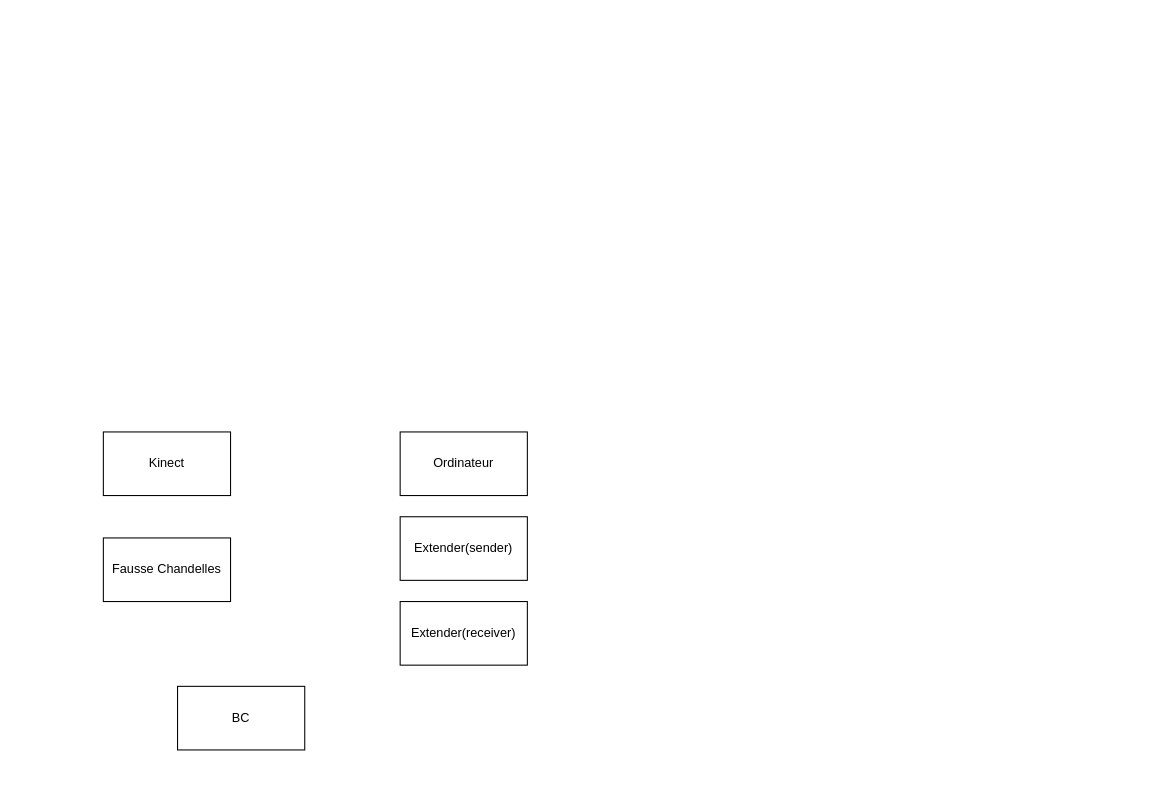
Before: test.drawio in tim-montmorency/momo_modele-site-projet-etudiant_25-26, a draw.io diagram. Source tidied: cells renumbered, new cells numbered last; positions are measured from the earlier drawing's top-left corner, leaving out a move shared by most shapes. Both pictures are drawn from the tidied source at 106%, with x=0, y=0 at pixel (103, 431).
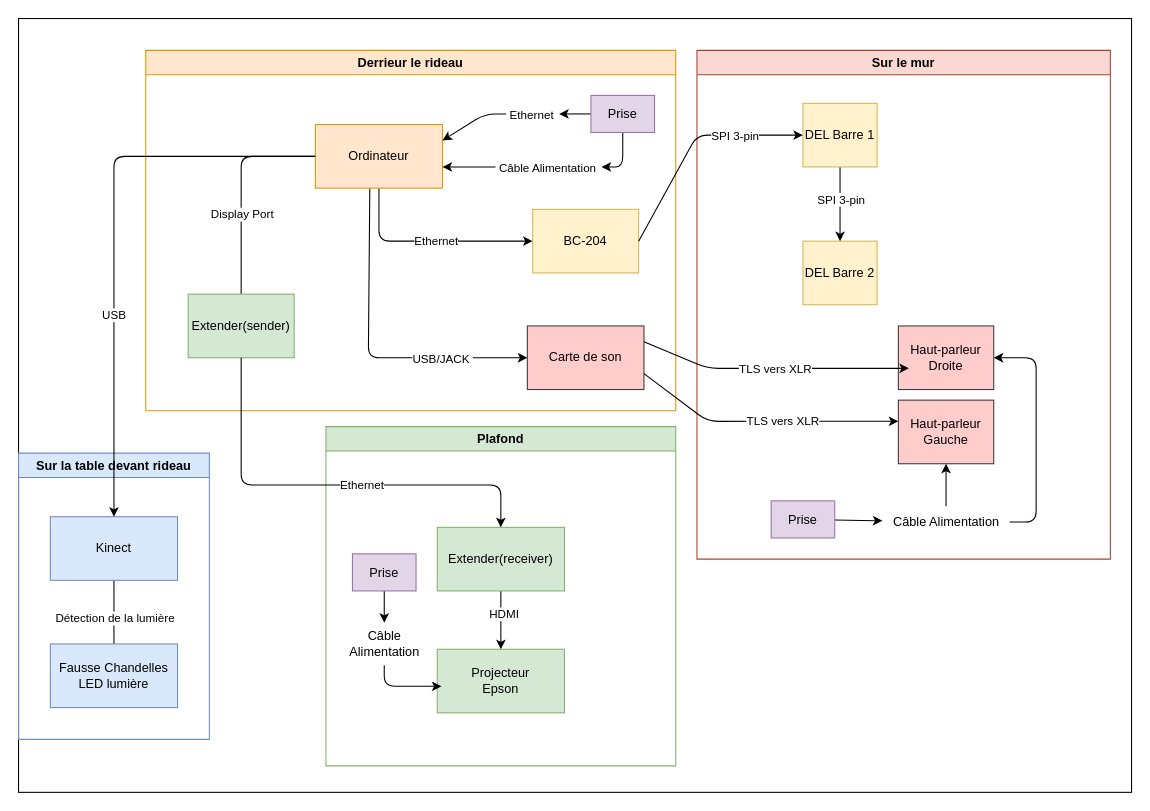
Above is the later version.

What changed in the source:
```diff
@@
-    <mxCell id="2" value="Fausse Chandelles" style="rounded=0;whiteSpace=wrap;html=1;" parent="1" vertex="1">
-      <mxGeometry y="100" width="120" height="60" as="geometry" />
-    </mxCell>
+    <mxCell id="8" style="whiteSpace=wrap;html=1;" parent="1" vertex="1">
+      <mxGeometry x="-80" y="-390" width="1050" height="730" as="geometry" />
+    </mxCell>
+    <mxCell id="9" value="Derrieur le rideau" style="swimlane;whiteSpace=wrap;html=1;fillColor=#ffe6cc;strokeColor=#d79b00;" parent="1" vertex="1">
+      <mxGeometry x="40" y="-360" width="500" height="340" as="geometry" />
+    </mxCell>
+    <mxCell id="10" style="edgeStyle=none;html=1;" parent="9" edge="1" source="4">
+      <mxGeometry relative="1" as="geometry">
+        <mxPoint x="90" y="240" as="targetPoint" />
+        <Array as="points">
+          <mxPoint x="90" y="100" />
+        </Array>
+      </mxGeometry>
+    </mxCell>
+    <mxCell id="11" value="Display Port" style="edgeLabel;html=1;align=center;verticalAlign=middle;" parent="10" vertex="1">
+      <mxGeometry x="0.18" relative="1" as="geometry" />
+    </mxCell>
+    <mxCell id="12" style="edgeStyle=none;html=1;exitX=0.5;exitY=1;exitDx=0;exitDy=0;entryX=0;entryY=0.5;entryDx=0;entryDy=0;" parent="9" edge="1" source="4" target="17">
+      <mxGeometry relative="1" as="geometry">
+        <Array as="points">
+          <mxPoint x="220" y="180" />
+        </Array>
+      </mxGeometry>
+    </mxCell>
+    <mxCell id="13" value="Ethernet" style="edgeLabel;html=1;align=center;verticalAlign=middle;" parent="12" vertex="1">
+      <mxGeometry x="0.06" y="1" relative="1" as="geometry" />
+    </mxCell>
+    <mxCell id="14" style="edgeStyle=none;html=1;exitX=0.428;exitY=1.004;exitDx=0;exitDy=0;exitPerimeter=0;entryX=0;entryY=0.5;entryDx=0;entryDy=0;" parent="9" edge="1" source="4" target="16">
+      <mxGeometry relative="1" as="geometry">
+        <Array as="points">
+          <mxPoint x="210" y="290" />
+        </Array>
+      </mxGeometry>
+    </mxCell>
+    <mxCell id="15" value="USB/JACK&amp;nbsp;" style="edgeLabel;html=1;align=center;verticalAlign=middle;" parent="14" vertex="1">
+      <mxGeometry x="0.3" y="-1" relative="1" as="geometry">
+        <mxPoint x="28" y="-1" as="offset" />
+      </mxGeometry>
+    </mxCell>
+    <mxCell id="4" value="Ordinateur" style="rounded=0;whiteSpace=wrap;html=1;fillColor=#ffe6cc;strokeColor=#d79b00;" parent="9" vertex="1">
+      <mxGeometry x="160" y="70" width="120" height="60" as="geometry" />
+    </mxCell>
+    <mxCell id="16" value="Carte de son" style="rounded=0;whiteSpace=wrap;html=1;fillColor=#ffcccc;strokeColor=#36393d;" parent="9" vertex="1">
+      <mxGeometry x="360" y="260" width="110" height="60" as="geometry" />
+    </mxCell>
+    <mxCell id="17" value="BC-204" style="rounded=0;whiteSpace=wrap;html=1;fillColor=#fff2cc;strokeColor=#d6b656;" parent="9" vertex="1">
+      <mxGeometry x="365" y="150" width="100" height="60" as="geometry" />
+    </mxCell>
+    <mxCell id="5" value="Extender(sender)" style="rounded=0;whiteSpace=wrap;html=1;fillColor=#d5e8d4;strokeColor=#82b366;" parent="9" vertex="1">
+      <mxGeometry x="40" y="230" width="100" height="60" as="geometry" />
+    </mxCell>
+    <mxCell id="18" value="Ethernet" style="edgeLabel;html=1;align=center;verticalAlign=middle;" parent="9" vertex="1">
+      <mxGeometry x="365" y="60" as="geometry">
+        <mxPoint x="-2" as="offset" />
+      </mxGeometry>
+    </mxCell>
+    <mxCell id="19" value="Câble Alimentation" style="edgeLabel;html=1;align=center;verticalAlign=middle;" parent="9" vertex="1">
+      <mxGeometry x="380" y="110" as="geometry">
+        <mxPoint x="-2" as="offset" />
+      </mxGeometry>
+    </mxCell>
+    <mxCell id="20" style="edgeStyle=none;html=1;" parent="9" edge="1" source="22">
+      <mxGeometry relative="1" as="geometry">
+        <mxPoint x="390" y="60" as="targetPoint" />
+      </mxGeometry>
+    </mxCell>
+    <mxCell id="21" style="edgeStyle=none;html=1;" parent="9" edge="1" source="22">
+      <mxGeometry relative="1" as="geometry">
+        <mxPoint x="430" y="110" as="targetPoint" />
+        <Array as="points">
+          <mxPoint x="450" y="110" />
+        </Array>
+      </mxGeometry>
+    </mxCell>
+    <mxCell id="22" value="Prise" style="rounded=0;whiteSpace=wrap;html=1;fillColor=#e1d5e7;strokeColor=#9673a6;" parent="9" vertex="1">
+      <mxGeometry x="420" y="42.5" width="60" height="35" as="geometry" />
+    </mxCell>
+    <mxCell id="23" value="Sur la table devant rideau" style="swimlane;whiteSpace=wrap;html=1;fillColor=#dae8fc;strokeColor=#6c8ebf;" parent="1" vertex="1">
+      <mxGeometry x="-80" y="20" width="180" height="270" as="geometry" />
+    </mxCell>
+    <mxCell id="24" style="endArrow=classic;html=1;exitX=0.5;exitY=1;exitDx=0;exitDy=0;" parent="23" edge="1" source="3">
+      <mxGeometry relative="1" as="geometry">
+        <mxPoint x="90" y="190" as="targetPoint" />
+      </mxGeometry>
+    </mxCell>
+    <mxCell id="25" value="Détection de la lumière" style="edgeLabel;html=1;align=center;verticalAlign=middle;" parent="24" vertex="1">
+      <mxGeometry relative="1" as="geometry" />
+    </mxCell>
-    <mxCell id="3" value="Kinect" style="rounded=0;whiteSpace=wrap;html=1;" parent="1" vertex="1">
-      <mxGeometry width="120" height="60" as="geometry" />
+    <mxCell id="3" value="Kinect" style="rounded=0;whiteSpace=wrap;html=1;fillColor=#dae8fc;strokeColor=#6c8ebf;" parent="23" vertex="1">
+      <mxGeometry x="30" y="60" width="120" height="60" as="geometry" />
     </mxCell>
-    <mxCell id="4" value="Ordinateur" style="rounded=0;whiteSpace=wrap;html=1;" parent="1" vertex="1">
-      <mxGeometry x="280" width="120" height="60" as="geometry" />
-    </mxCell>
-    <mxCell id="5" value="Extender(sender)" style="rounded=0;whiteSpace=wrap;html=1;" parent="1" vertex="1">
-      <mxGeometry x="280" y="80" width="120" height="60" as="geometry" />
-    </mxCell>
+    <mxCell id="26" value="Fausse Chandelles&lt;div&gt;LED lumière&lt;/div&gt;" style="rounded=0;whiteSpace=wrap;html=1;fillColor=#dae8fc;strokeColor=#6c8ebf;" parent="23" vertex="1">
+      <mxGeometry x="30" y="180" width="120" height="60" as="geometry" />
+    </mxCell>
+    <mxCell id="27" value="Plafond" style="swimlane;whiteSpace=wrap;html=1;fillColor=#d5e8d4;strokeColor=#82b366;" parent="1" vertex="1">
+      <mxGeometry x="210" y="-5" width="330" height="320" as="geometry" />
+    </mxCell>
+    <mxCell id="28" value="Projecteur&lt;div&gt;Epson&lt;/div&gt;" style="rounded=0;whiteSpace=wrap;html=1;fillColor=#d5e8d4;strokeColor=#82b366;" parent="27" vertex="1">
+      <mxGeometry x="105" y="210" width="120" height="60" as="geometry" />
+    </mxCell>
+    <mxCell id="29" style="edgeStyle=none;html=1;" parent="27" edge="1" source="6" target="28">
+      <mxGeometry relative="1" as="geometry" />
+    </mxCell>
+    <mxCell id="30" value="HDMI" style="edgeLabel;html=1;align=center;verticalAlign=middle;" parent="29" vertex="1">
+      <mxGeometry x="-0.22" y="2" relative="1" as="geometry" />
+    </mxCell>
-    <mxCell id="6" value="Extender(receiver)" style="rounded=0;whiteSpace=wrap;html=1;" parent="1" vertex="1">
-      <mxGeometry x="280" y="160" width="120" height="60" as="geometry" />
+    <mxCell id="6" value="Extender(receiver)" style="rounded=0;whiteSpace=wrap;html=1;fillColor=#d5e8d4;strokeColor=#82b366;" parent="27" vertex="1">
+      <mxGeometry x="105" y="95" width="120" height="60" as="geometry" />
     </mxCell>
-    <mxCell id="7" value="BC" style="rounded=0;whiteSpace=wrap;html=1;" parent="1" vertex="1">
-      <mxGeometry x="70" y="240" width="120" height="60" as="geometry" />
-    </mxCell>
+    <mxCell id="31" value="Câble&lt;div&gt;Alimentation&lt;/div&gt;" style="text;html=1;align=center;verticalAlign=middle;points=[];strokeColor=none;fillColor=none;" parent="27" vertex="1">
+      <mxGeometry x="10" y="185" width="90" height="40" as="geometry" />
+    </mxCell>
+    <mxCell id="32" style="edgeStyle=none;html=1;entryX=0.033;entryY=0.582;entryDx=0;entryDy=0;entryPerimeter=0;" parent="27" edge="1" source="31" target="28">
+      <mxGeometry relative="1" as="geometry">
+        <Array as="points">
+          <mxPoint x="55" y="245" />
+        </Array>
+      </mxGeometry>
+    </mxCell>
+    <mxCell id="33" style="edgeStyle=none;html=1;" parent="27" edge="1" source="34" target="31">
+      <mxGeometry relative="1" as="geometry" />
+    </mxCell>
+    <mxCell id="34" value="Prise" style="rounded=0;whiteSpace=wrap;html=1;fillColor=#e1d5e7;strokeColor=#9673a6;" parent="27" vertex="1">
+      <mxGeometry x="25" y="120" width="60" height="35" as="geometry" />
+    </mxCell>
+    <mxCell id="35" value="Sur le mur" style="swimlane;whiteSpace=wrap;html=1;fillColor=#fad9d5;strokeColor=#ae4132;" parent="1" vertex="1">
+      <mxGeometry x="560" y="-360" width="390" height="480" as="geometry" />
+    </mxCell>
+    <mxCell id="36" value="DEL Barre 2" style="rounded=0;whiteSpace=wrap;html=1;fillColor=#fff2cc;strokeColor=#d6b656;" parent="35" vertex="1">
+      <mxGeometry x="100" y="180" width="70" height="60" as="geometry" />
+    </mxCell>
+    <mxCell id="37" style="edgeStyle=none;html=1;" parent="35" edge="1" source="39" target="36">
+      <mxGeometry relative="1" as="geometry" />
+    </mxCell>
+    <mxCell id="38" value="&lt;span style=&quot;color: rgb(0, 0, 0);&quot;&gt;SPI 3-pin&lt;/span&gt;" style="edgeLabel;html=1;align=center;verticalAlign=middle;" parent="37" vertex="1">
+      <mxGeometry x="-0.15" y="2" relative="1" as="geometry">
+        <mxPoint x="-2" as="offset" />
+      </mxGeometry>
+    </mxCell>
+    <mxCell id="39" value="DEL Barre 1" style="rounded=0;whiteSpace=wrap;html=1;fillColor=#fff2cc;strokeColor=#d6b656;" parent="35" vertex="1">
+      <mxGeometry x="100" y="50" width="70" height="60" as="geometry" />
+    </mxCell>
+    <mxCell id="40" value="Haut-parleur Droite" style="rounded=0;whiteSpace=wrap;html=1;fillColor=#ffcccc;strokeColor=#36393d;" parent="35" vertex="1">
+      <mxGeometry x="190" y="260" width="90" height="60" as="geometry" />
+    </mxCell>
+    <mxCell id="41" value="Haut-parleur Gauche" style="rounded=0;whiteSpace=wrap;html=1;fillColor=#ffcccc;strokeColor=#36393d;" parent="35" vertex="1">
+      <mxGeometry x="190" y="330" width="90" height="60" as="geometry" />
+    </mxCell>
+    <mxCell id="42" style="edgeStyle=none;html=1;entryX=0.5;entryY=1;entryDx=0;entryDy=0;" parent="35" edge="1" source="44" target="41">
+      <mxGeometry relative="1" as="geometry" />
+    </mxCell>
+    <mxCell id="43" style="edgeStyle=none;html=1;entryX=1;entryY=0.5;entryDx=0;entryDy=0;" parent="35" edge="1" source="44" target="40">
+      <mxGeometry relative="1" as="geometry">
+        <Array as="points">
+          <mxPoint x="320" y="445" />
+          <mxPoint x="320" y="290" />
+        </Array>
+      </mxGeometry>
+    </mxCell>
+    <mxCell id="44" value="Câble Alimentation" style="text;html=1;align=center;verticalAlign=middle;points=[];strokeColor=none;fillColor=none;" parent="35" vertex="1">
+      <mxGeometry x="175" y="430" width="120" height="30" as="geometry" />
+    </mxCell>
+    <mxCell id="45" style="edgeStyle=none;html=1;" parent="35" edge="1" source="46" target="44">
+      <mxGeometry relative="1" as="geometry" />
+    </mxCell>
+    <mxCell id="46" value="Prise" style="rounded=0;whiteSpace=wrap;html=1;fillColor=#e1d5e7;strokeColor=#9673a6;" parent="35" vertex="1">
+      <mxGeometry x="70" y="425" width="60" height="35" as="geometry" />
+    </mxCell>
+    <mxCell id="47" style="edgeStyle=none;html=1;" parent="1" edge="1" source="4" target="3">
+      <mxGeometry relative="1" as="geometry">
+        <Array as="points">
+          <mxPoint x="10" y="-260" />
+          <mxPoint x="10" y="-50" />
+        </Array>
+      </mxGeometry>
+    </mxCell>
+    <mxCell id="48" value="USB" style="edgeLabel;html=1;align=center;verticalAlign=middle;" parent="47" vertex="1">
+      <mxGeometry x="0.28" y="-1" relative="1" as="geometry" />
+    </mxCell>
+    <mxCell id="49" style="edgeStyle=none;html=1;entryX=0.111;entryY=0.667;entryDx=0;entryDy=0;entryPerimeter=0;exitX=1;exitY=0.25;exitDx=0;exitDy=0;" parent="1" edge="1" source="16" target="40">
+      <mxGeometry relative="1" as="geometry">
+        <Array as="points">
+          <mxPoint x="570" y="-60" />
+        </Array>
+      </mxGeometry>
+    </mxCell>
+    <mxCell id="50" value="TLS vers XLR" style="edgeLabel;html=1;align=center;verticalAlign=middle;" parent="49" vertex="1">
+      <mxGeometry x="0.01" relative="1" as="geometry" />
+    </mxCell>
+    <mxCell id="51" style="edgeStyle=none;html=1;entryX=0;entryY=0.333;entryDx=0;entryDy=0;entryPerimeter=0;exitX=1;exitY=0.75;exitDx=0;exitDy=0;" parent="1" edge="1" source="16" target="41">
+      <mxGeometry relative="1" as="geometry">
+        <Array as="points">
+          <mxPoint x="570" y="-10" />
+        </Array>
+      </mxGeometry>
+    </mxCell>
+    <mxCell id="52" value="&lt;span style=&quot;color: rgb(0, 0, 0);&quot;&gt;TLS vers XLR&lt;/span&gt;" style="edgeLabel;html=1;align=center;verticalAlign=middle;" parent="51" vertex="1">
+      <mxGeometry x="0.1" y="1" relative="1" as="geometry">
+        <mxPoint x="6" y="1" as="offset" />
+      </mxGeometry>
+    </mxCell>
+    <mxCell id="53" style="edgeStyle=none;html=1;entryX=0;entryY=0.5;entryDx=0;entryDy=0;exitX=1;exitY=0.5;exitDx=0;exitDy=0;" parent="1" edge="1" source="17" target="39">
+      <mxGeometry relative="1" as="geometry">
+        <Array as="points">
+          <mxPoint x="560" y="-280" />
+        </Array>
+      </mxGeometry>
+    </mxCell>
+    <mxCell id="54" value="SPI 3-pin" style="edgeLabel;html=1;align=center;verticalAlign=middle;" parent="53" vertex="1">
+      <mxGeometry x="0.4" relative="1" as="geometry" />
+    </mxCell>
+    <mxCell id="55" style="edgeStyle=none;html=1;entryX=0.5;entryY=0;entryDx=0;entryDy=0;" parent="1" edge="1" source="5" target="6">
+      <mxGeometry relative="1" as="geometry">
+        <Array as="points">
+          <mxPoint x="130" y="50" />
+          <mxPoint x="375" y="50" />
+        </Array>
+      </mxGeometry>
+    </mxCell>
+    <mxCell id="56" value="Ethernet" style="edgeLabel;html=1;align=center;verticalAlign=middle;" parent="55" vertex="1">
+      <mxGeometry x="0.15" y="1" relative="1" as="geometry" />
+    </mxCell>
+    <mxCell id="57" style="endArrow=classic;html=1;entryX=1;entryY=0.25;entryDx=0;entryDy=0;" parent="1" edge="1" target="4">
+      <mxGeometry relative="1" as="geometry">
+        <mxPoint x="380" y="-300" as="sourcePoint" />
+        <Array as="points">
+          <mxPoint x="360" y="-300" />
+        </Array>
+      </mxGeometry>
+    </mxCell>
+    <mxCell id="58" style="endArrow=classic;html=1;" parent="1" edge="1">
+      <mxGeometry relative="1" as="geometry">
+        <mxPoint x="370" y="-250" as="sourcePoint" />
+        <mxPoint x="320" y="-250" as="targetPoint" />
+      </mxGeometry>
+    </mxCell>
```
